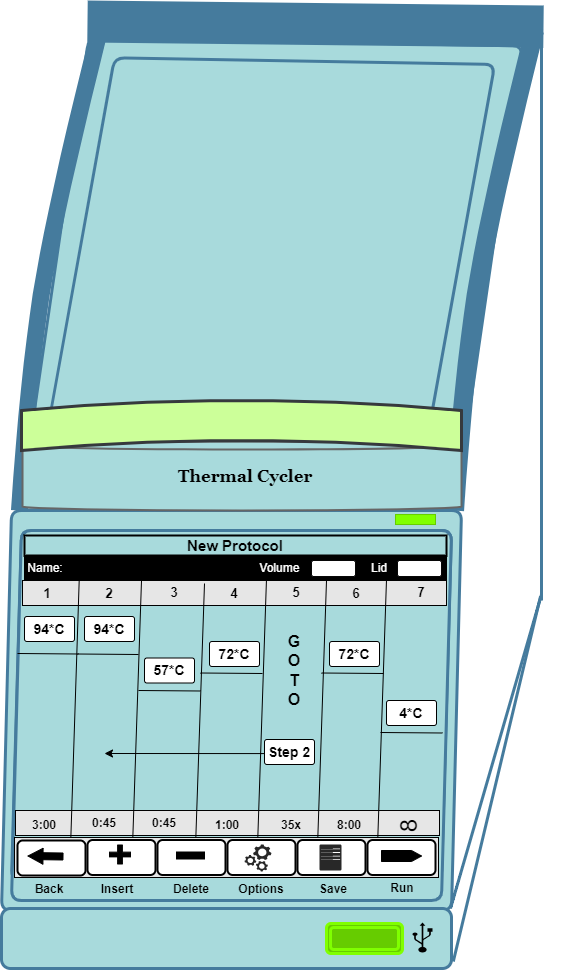
Earlier version of the draw.io export experiment/simulation/images/pcr-machine.png (virtual-labs/exp-dna-pcr-iitkgp). Source tidied: cells renumbered, new cells last; positions are measured from the earlier drawing's top-left corner, leaving out a move shared by most shapes.
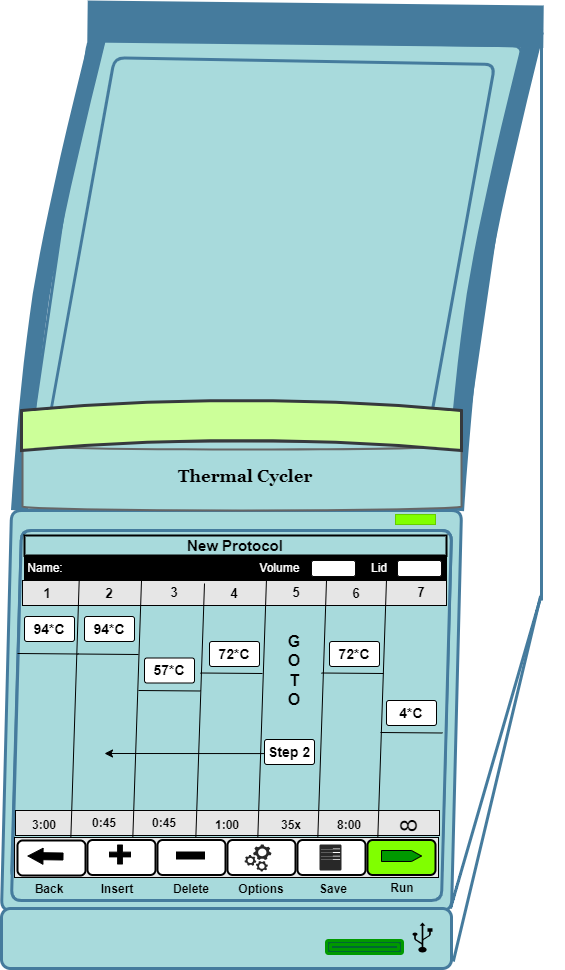
After the commit.

What changed in the source:
```diff
@@ -1,4 +1,4 @@
-<mxGraphModel background="#F1FAEE">
+<mxGraphModel>
   <root>
     <mxCell id="0" />
     <mxCell id="1" parent="0" />
@@ -56,8 +56,8 @@
     <mxCell id="11" style="whiteSpace=wrap;html=1;strokeWidth=3;fillColor=#A8DADC;strokeColor=#457B9D;fontColor=#1D3557;rounded=1;" parent="1" vertex="1">
       <mxGeometry y="887" width="450" height="60" as="geometry" />
     </mxCell>
-    <mxCell id="12" style="shape=ext;double=1;whiteSpace=wrap;html=1;strokeWidth=3;fillColor=#66CC00;strokeColor=#80FF00;fontColor=#1D3557;rounded=1;" parent="1" vertex="1">
-      <mxGeometry x="325" y="902" width="76" height="30" as="geometry" />
+    <mxCell id="12" style="shape=ext;double=1;whiteSpace=wrap;html=1;strokeWidth=3;fillColor=#006633;strokeColor=#009900;fontColor=#1D3557;rounded=1;" parent="1" vertex="1">
+      <mxGeometry x="325" y="919" width="76" height="13" as="geometry" />
     </mxCell>
     <mxCell id="13" style="shape=parallelogram;perimeter=parallelogramPerimeter;whiteSpace=wrap;html=1;fixedSize=1;size=10;strokeWidth=3;fillColor=#A8DADC;strokeColor=#457B9D;fontColor=#1D3557;rounded=1;" parent="1" vertex="1">
       <mxGeometry x="10" y="509" width="440" height="350" as="geometry" />
@@ -265,7 +265,7 @@
     <mxCell id="67" style="rounded=1;whiteSpace=wrap;html=1;strokeWidth=2;" parent="1" vertex="1">
       <mxGeometry x="296" y="818.5" width="68" height="35" as="geometry" />
     </mxCell>
-    <mxCell id="68" style="rounded=1;whiteSpace=wrap;html=1;strokeWidth=2;" parent="1" vertex="1">
+    <mxCell id="68" style="rounded=1;whiteSpace=wrap;html=1;strokeWidth=2;fillColor=#80FF00;" parent="1" vertex="1">
       <mxGeometry x="366" y="818.5" width="68" height="35" as="geometry" />
     </mxCell>
     <mxCell id="69" style="shape=flexArrow;endArrow=classic;html=1;rounded=0;endWidth=8;endSize=4.67;fillColor=#000000;width=7;" parent="1" edge="1">
@@ -283,7 +283,7 @@
     <mxCell id="72" style="verticalLabelPosition=bottom;sketch=0;html=1;fillColor=#282828;strokeColor=none;verticalAlign=top;align=center;shape=mxgraph.cisco_safe.technology_icons.icon7;" parent="1" vertex="1">
       <mxGeometry x="318" y="823" width="22" height="26" as="geometry" />
     </mxCell>
-    <mxCell id="73" style="html=1;shadow=0;dashed=0;align=center;verticalAlign=middle;shape=mxgraph.arrows2.arrow;dy=0;dx=10;notch=0;fillColor=#000000;" parent="1" vertex="1">
+    <mxCell id="73" style="html=1;shadow=0;dashed=0;align=center;verticalAlign=middle;shape=mxgraph.arrows2.arrow;dy=0;dx=10;notch=0;fillColor=#009900;" parent="1" vertex="1">
       <mxGeometry x="380" y="829" width="40" height="11" as="geometry" />
     </mxCell>
     <mxCell id="74" style="rounded=0;whiteSpace=wrap;html=1;fillColor=#000000;" parent="1" vertex="1">
```
